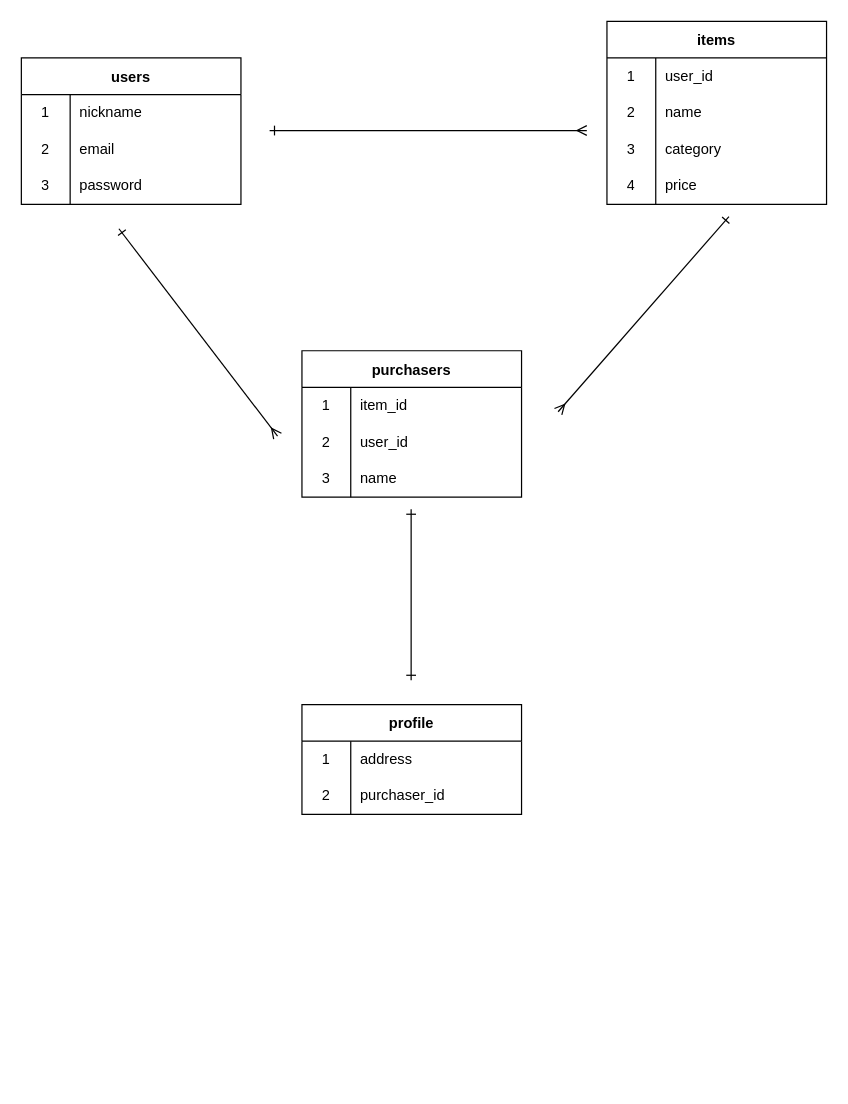
sawasawashu/furima-38849 keeps this draw.io diagram as furima.dio. Above is the earlier version. Source tidied: cells renumbered, new cells numbered last; positions are measured from the earlier drawing's top-left corner, leaving out a move shared by most shapes. Both pictures are drawn from the tidied source at 122%, with x=0, y=0 at pixel (21, 21).
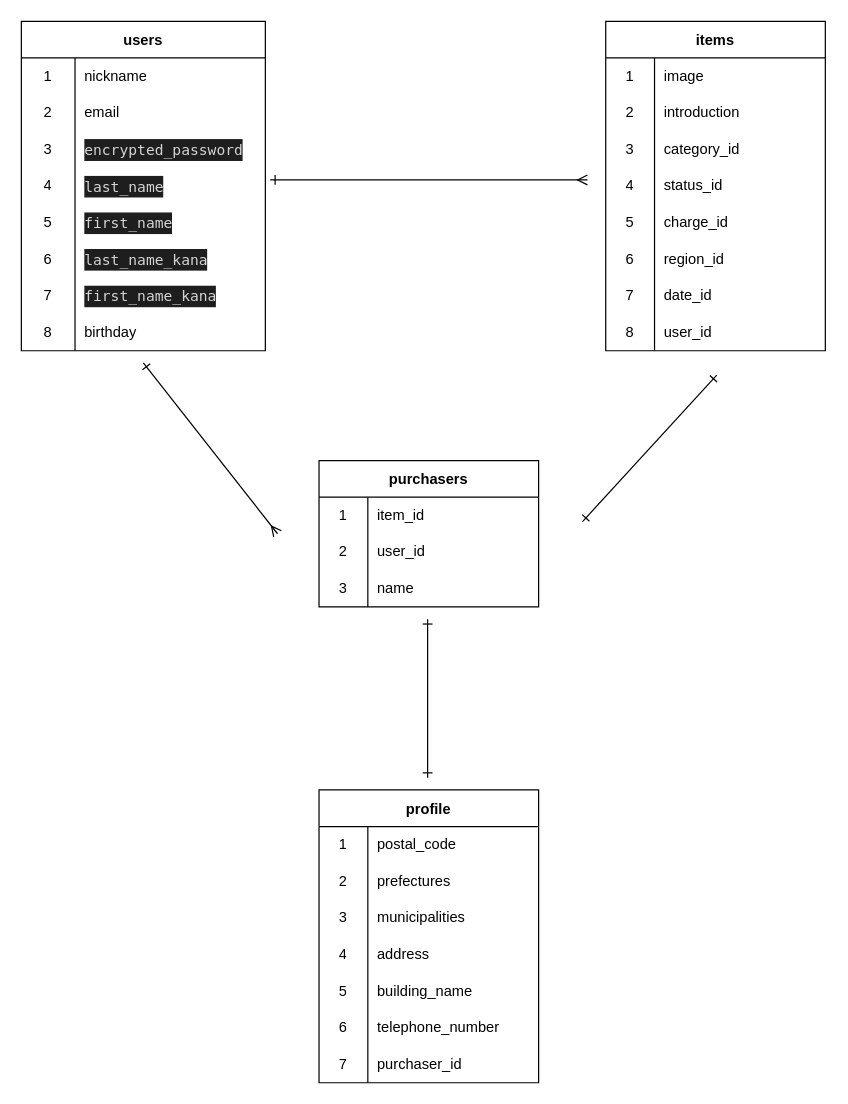
The same diagram, later.

Commit message (it also covers changes not shown here):
issue3データベース設計修正

The change refers to these unchanged cells:
```xml
<mxCell id="13" style="shape=tableRow;horizontal=0;startSize=0;swimlaneHead=0;swimlaneBody=0;top=0;left=0;bottom=0;right=0;fillColor=none;" parent="12" vertex="1">
  <mxGeometry y="30" width="180" height="30" as="geometry" />
</mxCell>
<mxCell id="39" style="shape=tableRow;horizontal=0;startSize=0;swimlaneHead=0;swimlaneBody=0;top=0;left=0;bottom=0;right=0;fillColor=none;" parent="38" vertex="1">
  <mxGeometry y="30" width="180" height="30" as="geometry" />
</mxCell>
<mxCell id="42" style="shape=tableRow;horizontal=0;startSize=0;swimlaneHead=0;swimlaneBody=0;top=0;left=0;bottom=0;right=0;fillColor=none;" parent="38" vertex="1">
  <mxGeometry y="60" width="180" height="30" as="geometry" />
</mxCell>
```

Diff of the diagram source:
```diff
@@
     <mxCell id="2" value="users" style="shape=table;startSize=30;childLayout=tableLayout;rowLines=0;fontStyle=1;" parent="1" vertex="1">
-      <mxGeometry y="30" width="180" height="120" as="geometry" />
+      <mxGeometry width="200" height="270" as="geometry" />
     </mxCell>
     <mxCell id="3" style="shape=tableRow;horizontal=0;startSize=0;swimlaneHead=0;swimlaneBody=0;top=0;left=0;bottom=0;right=0;fillColor=none;" parent="2" vertex="1">
-      <mxGeometry y="30" width="180" height="30" as="geometry" />
+      <mxGeometry y="30" width="200" height="30" as="geometry" />
     </mxCell>
     <mxCell id="4" value="1" style="shape=partialRectangle;html=1;whiteSpace=wrap;fillColor=none;top=0;left=0;bottom=0;right=0;overflow=hidden;" parent="3" vertex="1">
-      <mxGeometry width="40" height="30" as="geometry" />
+      <mxGeometry width="44" height="30" as="geometry" />
     </mxCell>
     <mxCell id="5" value="nickname" style="shape=partialRectangle;html=1;whiteSpace=wrap;fillColor=none;top=0;left=0;bottom=0;right=0;align=left;spacingLeft=6;overflow=hidden;" parent="3" vertex="1">
-      <mxGeometry x="40" width="140" height="30" as="geometry" />
+      <mxGeometry x="44" width="156" height="30" as="geometry" />
     </mxCell>
     <mxCell id="6" style="shape=tableRow;horizontal=0;startSize=0;swimlaneHead=0;swimlaneBody=0;top=0;left=0;bottom=0;right=0;fillColor=none;" parent="2" vertex="1">
-      <mxGeometry y="60" width="180" height="30" as="geometry" />
+      <mxGeometry y="60" width="200" height="30" as="geometry" />
     </mxCell>
     <mxCell id="7" value="2" style="shape=partialRectangle;html=1;whiteSpace=wrap;fillColor=none;top=0;left=0;bottom=0;right=0;overflow=hidden;" parent="6" vertex="1">
-      <mxGeometry width="40" height="30" as="geometry" />
+      <mxGeometry width="44" height="30" as="geometry" />
     </mxCell>
     <mxCell id="8" value="email" style="shape=partialRectangle;html=1;whiteSpace=wrap;fillColor=none;top=0;left=0;bottom=0;right=0;align=left;spacingLeft=6;overflow=hidden;" parent="6" vertex="1">
-      <mxGeometry x="40" width="140" height="30" as="geometry" />
+      <mxGeometry x="44" width="156" height="30" as="geometry" />
     </mxCell>
     <mxCell id="9" style="shape=tableRow;horizontal=0;startSize=0;swimlaneHead=0;swimlaneBody=0;top=0;left=0;bottom=0;right=0;fillColor=none;" parent="2" vertex="1">
-      <mxGeometry y="90" width="180" height="30" as="geometry" />
+      <mxGeometry y="90" width="200" height="30" as="geometry" />
     </mxCell>
     <mxCell id="10" value="3" style="shape=partialRectangle;html=1;whiteSpace=wrap;fillColor=none;top=0;left=0;bottom=0;right=0;overflow=hidden;" parent="9" vertex="1">
-      <mxGeometry width="40" height="30" as="geometry" />
+      <mxGeometry width="44" height="30" as="geometry" />
     </mxCell>
-    <mxCell id="11" value="password" style="shape=partialRectangle;html=1;whiteSpace=wrap;fillColor=none;top=0;left=0;bottom=0;right=0;align=left;spacingLeft=6;overflow=hidden;" parent="9" vertex="1">
-      <mxGeometry x="40" width="140" height="30" as="geometry" />
+    <mxCell id="11" value="&lt;div style=&quot;color: rgb(212, 212, 212); background-color: rgb(30, 30, 30); font-family: Menlo, Monaco, &amp;quot;Courier New&amp;quot;, monospace; line-height: 18px;&quot;&gt; encrypted_password&lt;/div&gt;" style="shape=partialRectangle;html=1;whiteSpace=wrap;fillColor=none;top=0;left=0;bottom=0;right=0;align=left;spacingLeft=6;overflow=hidden;" parent="9" vertex="1">
+      <mxGeometry x="44" width="156" height="30" as="geometry" />
     </mxCell>
+    <mxCell id="46" style="shape=tableRow;horizontal=0;startSize=0;swimlaneHead=0;swimlaneBody=0;top=0;left=0;bottom=0;right=0;fillColor=none;" parent="2" vertex="1">
+      <mxGeometry y="120" width="200" height="30" as="geometry" />
+    </mxCell>
+    <mxCell id="47" value="4" style="shape=partialRectangle;html=1;whiteSpace=wrap;fillColor=none;top=0;left=0;bottom=0;right=0;overflow=hidden;" parent="46" vertex="1">
+      <mxGeometry width="44" height="30" as="geometry" />
+    </mxCell>
+    <mxCell id="48" value="&lt;div style=&quot;color: rgb(212, 212, 212); background-color: rgb(30, 30, 30); font-family: Menlo, Monaco, &amp;quot;Courier New&amp;quot;, monospace; line-height: 18px;&quot;&gt;last_name&lt;/div&gt;" style="shape=partialRectangle;html=1;whiteSpace=wrap;fillColor=none;top=0;left=0;bottom=0;right=0;align=left;spacingLeft=6;overflow=hidden;" parent="46" vertex="1">
+      <mxGeometry x="44" width="156" height="30" as="geometry" />
+    </mxCell>
+    <mxCell id="49" style="shape=tableRow;horizontal=0;startSize=0;swimlaneHead=0;swimlaneBody=0;top=0;left=0;bottom=0;right=0;fillColor=none;" parent="2" vertex="1">
+      <mxGeometry y="150" width="200" height="30" as="geometry" />
+    </mxCell>
+    <mxCell id="50" value="5" style="shape=partialRectangle;html=1;whiteSpace=wrap;fillColor=none;top=0;left=0;bottom=0;right=0;overflow=hidden;" parent="49" vertex="1">
+      <mxGeometry width="44" height="30" as="geometry" />
+    </mxCell>
+    <mxCell id="51" value="&lt;div style=&quot;color: rgb(212, 212, 212); background-color: rgb(30, 30, 30); font-family: Menlo, Monaco, &amp;quot;Courier New&amp;quot;, monospace; line-height: 18px;&quot;&gt; first_name&lt;/div&gt;" style="shape=partialRectangle;html=1;whiteSpace=wrap;fillColor=none;top=0;left=0;bottom=0;right=0;align=left;spacingLeft=6;overflow=hidden;" parent="49" vertex="1">
+      <mxGeometry x="44" width="156" height="30" as="geometry" />
+    </mxCell>
+    <mxCell id="52" style="shape=tableRow;horizontal=0;startSize=0;swimlaneHead=0;swimlaneBody=0;top=0;left=0;bottom=0;right=0;fillColor=none;" parent="2" vertex="1">
+      <mxGeometry y="180" width="200" height="30" as="geometry" />
+    </mxCell>
+    <mxCell id="53" value="6" style="shape=partialRectangle;html=1;whiteSpace=wrap;fillColor=none;top=0;left=0;bottom=0;right=0;overflow=hidden;" parent="52" vertex="1">
+      <mxGeometry width="44" height="30" as="geometry" />
+    </mxCell>
+    <mxCell id="54" value="&lt;div style=&quot;color: rgb(212, 212, 212); background-color: rgb(30, 30, 30); font-family: Menlo, Monaco, &amp;quot;Courier New&amp;quot;, monospace; line-height: 18px;&quot;&gt;last_name_kana&lt;/div&gt;" style="shape=partialRectangle;html=1;whiteSpace=wrap;fillColor=none;top=0;left=0;bottom=0;right=0;align=left;spacingLeft=6;overflow=hidden;" parent="52" vertex="1">
+      <mxGeometry x="44" width="156" height="30" as="geometry" />
+    </mxCell>
+    <mxCell id="55" style="shape=tableRow;horizontal=0;startSize=0;swimlaneHead=0;swimlaneBody=0;top=0;left=0;bottom=0;right=0;fillColor=none;" parent="2" vertex="1">
+      <mxGeometry y="210" width="200" height="30" as="geometry" />
+    </mxCell>
+    <mxCell id="56" value="7" style="shape=partialRectangle;html=1;whiteSpace=wrap;fillColor=none;top=0;left=0;bottom=0;right=0;overflow=hidden;" parent="55" vertex="1">
+      <mxGeometry width="44" height="30" as="geometry" />
+    </mxCell>
+    <mxCell id="57" value="&lt;div style=&quot;color: rgb(212, 212, 212); background-color: rgb(30, 30, 30); font-family: Menlo, Monaco, &amp;quot;Courier New&amp;quot;, monospace; line-height: 18px;&quot;&gt; first_name_kana&lt;/div&gt;" style="shape=partialRectangle;html=1;whiteSpace=wrap;fillColor=none;top=0;left=0;bottom=0;right=0;align=left;spacingLeft=6;overflow=hidden;" parent="55" vertex="1">
+      <mxGeometry x="44" width="156" height="30" as="geometry" />
+    </mxCell>
+    <mxCell id="58" style="shape=tableRow;horizontal=0;startSize=0;swimlaneHead=0;swimlaneBody=0;top=0;left=0;bottom=0;right=0;fillColor=none;" parent="2" vertex="1">
+      <mxGeometry y="240" width="200" height="30" as="geometry" />
+    </mxCell>
+    <mxCell id="59" value="8" style="shape=partialRectangle;html=1;whiteSpace=wrap;fillColor=none;top=0;left=0;bottom=0;right=0;overflow=hidden;" parent="58" vertex="1">
+      <mxGeometry width="44" height="30" as="geometry" />
+    </mxCell>
+    <mxCell id="60" value="birthday" style="shape=partialRectangle;html=1;whiteSpace=wrap;fillColor=none;top=0;left=0;bottom=0;right=0;align=left;spacingLeft=6;overflow=hidden;" parent="58" vertex="1">
+      <mxGeometry x="44" width="156" height="30" as="geometry" />
+    </mxCell>
     <mxCell id="12" value="items" style="shape=table;startSize=30;childLayout=tableLayout;rowLines=0;fontStyle=1;" parent="1" vertex="1">
-      <mxGeometry x="480" width="180" height="150" as="geometry" />
+      <mxGeometry x="479" width="180" height="270" as="geometry" />
     </mxCell>
@@
-    <mxCell id="15" value="user_id" style="shape=partialRectangle;html=1;whiteSpace=wrap;fillColor=none;top=0;left=0;bottom=0;right=0;align=left;spacingLeft=6;overflow=hidden;" parent="13" vertex="1">
+    <mxCell id="15" value="image" style="shape=partialRectangle;html=1;whiteSpace=wrap;fillColor=none;top=0;left=0;bottom=0;right=0;align=left;spacingLeft=6;overflow=hidden;" parent="13" vertex="1">
       <mxGeometry x="40" width="140" height="30" as="geometry" />
     </mxCell>
-    <mxCell id="16" style="shape=tableRow;horizontal=0;startSize=0;swimlaneHead=0;swimlaneBody=0;top=0;left=0;bottom=0;right=0;fillColor=none;" parent="12" vertex="1">
-      <mxGeometry y="60" width="180" height="30" as="geometry" />
-    </mxCell>
-    <mxCell id="17" value="2" style="shape=partialRectangle;html=1;whiteSpace=wrap;fillColor=none;top=0;left=0;bottom=0;right=0;overflow=hidden;" parent="16" vertex="1">
-      <mxGeometry width="40" height="30" as="geometry" />
-    </mxCell>
-    <mxCell id="18" value="name" style="shape=partialRectangle;html=1;whiteSpace=wrap;fillColor=none;top=0;left=0;bottom=0;right=0;align=left;spacingLeft=6;overflow=hidden;" parent="16" vertex="1">
-      <mxGeometry x="40" width="140" height="30" as="geometry" />
-    </mxCell>
     <mxCell id="19" style="shape=tableRow;horizontal=0;startSize=0;swimlaneHead=0;swimlaneBody=0;top=0;left=0;bottom=0;right=0;fillColor=none;" parent="12" vertex="1">
-      <mxGeometry y="90" width="180" height="30" as="geometry" />
+      <mxGeometry y="60" width="180" height="30" as="geometry" />
     </mxCell>
-    <mxCell id="20" value="3" style="shape=partialRectangle;html=1;whiteSpace=wrap;fillColor=none;top=0;left=0;bottom=0;right=0;overflow=hidden;" parent="19" vertex="1">
+    <mxCell id="20" value="2" style="shape=partialRectangle;html=1;whiteSpace=wrap;fillColor=none;top=0;left=0;bottom=0;right=0;overflow=hidden;" parent="19" vertex="1">
       <mxGeometry width="40" height="30" as="geometry" />
     </mxCell>
-    <mxCell id="21" value="category" style="shape=partialRectangle;html=1;whiteSpace=wrap;fillColor=none;top=0;left=0;bottom=0;right=0;align=left;spacingLeft=6;overflow=hidden;" parent="19" vertex="1">
+    <mxCell id="21" value="introduction" style="shape=partialRectangle;html=1;whiteSpace=wrap;fillColor=none;top=0;left=0;bottom=0;right=0;align=left;spacingLeft=6;overflow=hidden;" parent="19" vertex="1">
       <mxGeometry x="40" width="140" height="30" as="geometry" />
     </mxCell>
     <mxCell id="22" style="shape=tableRow;horizontal=0;startSize=0;swimlaneHead=0;swimlaneBody=0;top=0;left=0;bottom=0;right=0;fillColor=none;" parent="12" vertex="1">
-      <mxGeometry y="120" width="180" height="30" as="geometry" />
+      <mxGeometry y="90" width="180" height="30" as="geometry" />
     </mxCell>
-    <mxCell id="23" value="4" style="shape=partialRectangle;html=1;whiteSpace=wrap;fillColor=none;top=0;left=0;bottom=0;right=0;overflow=hidden;" parent="22" vertex="1">
+    <mxCell id="23" value="3" style="shape=partialRectangle;html=1;whiteSpace=wrap;fillColor=none;top=0;left=0;bottom=0;right=0;overflow=hidden;" parent="22" vertex="1">
       <mxGeometry width="40" height="30" as="geometry" />
     </mxCell>
-    <mxCell id="24" value="price" style="shape=partialRectangle;html=1;whiteSpace=wrap;fillColor=none;top=0;left=0;bottom=0;right=0;align=left;spacingLeft=6;overflow=hidden;" parent="22" vertex="1">
+    <mxCell id="24" value="category_id" style="shape=partialRectangle;html=1;whiteSpace=wrap;fillColor=none;top=0;left=0;bottom=0;right=0;align=left;spacingLeft=6;overflow=hidden;" parent="22" vertex="1">
       <mxGeometry x="40" width="140" height="30" as="geometry" />
     </mxCell>
+    <mxCell id="61" style="shape=tableRow;horizontal=0;startSize=0;swimlaneHead=0;swimlaneBody=0;top=0;left=0;bottom=0;right=0;fillColor=none;" parent="12" vertex="1">
+      <mxGeometry y="120" width="180" height="30" as="geometry" />
+    </mxCell>
+    <mxCell id="62" value="4" style="shape=partialRectangle;html=1;whiteSpace=wrap;fillColor=none;top=0;left=0;bottom=0;right=0;overflow=hidden;" parent="61" vertex="1">
+      <mxGeometry width="40" height="30" as="geometry" />
+    </mxCell>
+    <mxCell id="63" value="status_id" style="shape=partialRectangle;html=1;whiteSpace=wrap;fillColor=none;top=0;left=0;bottom=0;right=0;align=left;spacingLeft=6;overflow=hidden;" parent="61" vertex="1">
+      <mxGeometry x="40" width="140" height="30" as="geometry" />
+    </mxCell>
+    <mxCell id="64" style="shape=tableRow;horizontal=0;startSize=0;swimlaneHead=0;swimlaneBody=0;top=0;left=0;bottom=0;right=0;fillColor=none;" parent="12" vertex="1">
+      <mxGeometry y="150" width="180" height="30" as="geometry" />
+    </mxCell>
+    <mxCell id="65" value="5" style="shape=partialRectangle;html=1;whiteSpace=wrap;fillColor=none;top=0;left=0;bottom=0;right=0;overflow=hidden;" parent="64" vertex="1">
+      <mxGeometry width="40" height="30" as="geometry" />
+    </mxCell>
+    <mxCell id="66" value="charge_id" style="shape=partialRectangle;html=1;whiteSpace=wrap;fillColor=none;top=0;left=0;bottom=0;right=0;align=left;spacingLeft=6;overflow=hidden;" parent="64" vertex="1">
+      <mxGeometry x="40" width="140" height="30" as="geometry" />
+    </mxCell>
+    <mxCell id="67" style="shape=tableRow;horizontal=0;startSize=0;swimlaneHead=0;swimlaneBody=0;top=0;left=0;bottom=0;right=0;fillColor=none;" parent="12" vertex="1">
+      <mxGeometry y="180" width="180" height="30" as="geometry" />
+    </mxCell>
+    <mxCell id="68" value="6" style="shape=partialRectangle;html=1;whiteSpace=wrap;fillColor=none;top=0;left=0;bottom=0;right=0;overflow=hidden;" parent="67" vertex="1">
+      <mxGeometry width="40" height="30" as="geometry" />
+    </mxCell>
+    <mxCell id="69" value="region_id" style="shape=partialRectangle;html=1;whiteSpace=wrap;fillColor=none;top=0;left=0;bottom=0;right=0;align=left;spacingLeft=6;overflow=hidden;" parent="67" vertex="1">
+      <mxGeometry x="40" width="140" height="30" as="geometry" />
+    </mxCell>
+    <mxCell id="70" style="shape=tableRow;horizontal=0;startSize=0;swimlaneHead=0;swimlaneBody=0;top=0;left=0;bottom=0;right=0;fillColor=none;" parent="12" vertex="1">
+      <mxGeometry y="210" width="180" height="30" as="geometry" />
+    </mxCell>
+    <mxCell id="71" value="7" style="shape=partialRectangle;html=1;whiteSpace=wrap;fillColor=none;top=0;left=0;bottom=0;right=0;overflow=hidden;" parent="70" vertex="1">
+      <mxGeometry width="40" height="30" as="geometry" />
+    </mxCell>
+    <mxCell id="72" value="date_id" style="shape=partialRectangle;html=1;whiteSpace=wrap;fillColor=none;top=0;left=0;bottom=0;right=0;align=left;spacingLeft=6;overflow=hidden;" parent="70" vertex="1">
+      <mxGeometry x="40" width="140" height="30" as="geometry" />
+    </mxCell>
+    <mxCell id="73" style="shape=tableRow;horizontal=0;startSize=0;swimlaneHead=0;swimlaneBody=0;top=0;left=0;bottom=0;right=0;fillColor=none;" parent="12" vertex="1">
+      <mxGeometry y="240" width="180" height="30" as="geometry" />
+    </mxCell>
+    <mxCell id="74" value="8" style="shape=partialRectangle;html=1;whiteSpace=wrap;fillColor=none;top=0;left=0;bottom=0;right=0;overflow=hidden;" parent="73" vertex="1">
+      <mxGeometry width="40" height="30" as="geometry" />
+    </mxCell>
+    <mxCell id="75" value="user_id" style="shape=partialRectangle;html=1;whiteSpace=wrap;fillColor=none;top=0;left=0;bottom=0;right=0;align=left;spacingLeft=6;overflow=hidden;" parent="73" vertex="1">
+      <mxGeometry x="40" width="140" height="30" as="geometry" />
+    </mxCell>
     <mxCell id="25" style="endArrow=ERmany;html=1;startArrow=ERone;startFill=0;endFill=0;" parent="1" edge="1">
       <mxGeometry relative="1" as="geometry">
-        <mxPoint x="203.5" y="89.5" as="sourcePoint" />
-        <mxPoint x="463.5" y="89.5" as="targetPoint" />
+        <mxPoint x="204" y="130" as="sourcePoint" />
+        <mxPoint x="464" y="130" as="targetPoint" />
       </mxGeometry>
     </mxCell>
     <mxCell id="26" value="purchasers" style="shape=table;startSize=30;childLayout=tableLayout;rowLines=0;fontStyle=1;" parent="1" vertex="1">
-      <mxGeometry x="230" y="270" width="180" height="120" as="geometry" />
+      <mxGeometry x="244" y="360" width="180" height="120" as="geometry" />
     </mxCell>
@@
-    <mxCell id="36" style="endArrow=ERone;html=1;startArrow=ERmany;startFill=0;endFill=0;" parent="1" edge="1">
+    <mxCell id="36" style="endArrow=ERone;html=1;startArrow=ERone;startFill=0;endFill=0;" parent="1" edge="1">
       <mxGeometry relative="1" as="geometry">
-        <mxPoint x="440" y="320" as="sourcePoint" />
-        <mxPoint x="580" y="160" as="targetPoint" />
+        <mxPoint x="460" y="410" as="sourcePoint" />
+        <mxPoint x="570" y="290" as="targetPoint" />
       </mxGeometry>
     </mxCell>
     <mxCell id="37" style="endArrow=ERone;html=1;startArrow=ERone;startFill=0;endFill=0;" parent="1" edge="1">
       <mxGeometry relative="1" as="geometry">
-        <mxPoint x="319.5" y="540" as="sourcePoint" />
-        <mxPoint x="319.5" y="400" as="targetPoint" />
+        <mxPoint x="333" y="620" as="sourcePoint" />
+        <mxPoint x="333" y="490" as="targetPoint" />
         <Array as="points">
-          <mxPoint x="319.5" y="450" />
+          <mxPoint x="333" y="540" />
         </Array>
       </mxGeometry>
     </mxCell>
     <mxCell id="38" value="profile" style="shape=table;startSize=30;childLayout=tableLayout;rowLines=0;fontStyle=1;" parent="1" vertex="1">
-      <mxGeometry x="230" y="560" width="180" height="90" as="geometry" />
+      <mxGeometry x="244" y="630" width="180" height="240" as="geometry" />
     </mxCell>
@@
-    <mxCell id="41" value="address" style="shape=partialRectangle;html=1;whiteSpace=wrap;fillColor=none;top=0;left=0;bottom=0;right=0;align=left;spacingLeft=6;overflow=hidden;" parent="39" vertex="1">
+    <mxCell id="41" value="postal_code" style="shape=partialRectangle;html=1;whiteSpace=wrap;fillColor=none;top=0;left=0;bottom=0;right=0;align=left;spacingLeft=6;overflow=hidden;" parent="39" vertex="1">
       <mxGeometry x="40" width="140" height="30" as="geometry" />
     </mxCell>
@@
-    <mxCell id="44" value="purchaser_id" style="shape=partialRectangle;html=1;whiteSpace=wrap;fillColor=none;top=0;left=0;bottom=0;right=0;align=left;spacingLeft=6;overflow=hidden;" parent="42" vertex="1">
+    <mxCell id="44" value="prefectures" style="shape=partialRectangle;html=1;whiteSpace=wrap;fillColor=none;top=0;left=0;bottom=0;right=0;align=left;spacingLeft=6;overflow=hidden;" parent="42" vertex="1">
       <mxGeometry x="40" width="140" height="30" as="geometry" />
     </mxCell>
+    <mxCell id="76" style="shape=tableRow;horizontal=0;startSize=0;swimlaneHead=0;swimlaneBody=0;top=0;left=0;bottom=0;right=0;fillColor=none;" parent="38" vertex="1">
+      <mxGeometry y="90" width="180" height="30" as="geometry" />
+    </mxCell>
+    <mxCell id="77" value="3" style="shape=partialRectangle;html=1;whiteSpace=wrap;fillColor=none;top=0;left=0;bottom=0;right=0;overflow=hidden;" parent="76" vertex="1">
+      <mxGeometry width="40" height="30" as="geometry" />
+    </mxCell>
+    <mxCell id="78" value="municipalities" style="shape=partialRectangle;html=1;whiteSpace=wrap;fillColor=none;top=0;left=0;bottom=0;right=0;align=left;spacingLeft=6;overflow=hidden;" parent="76" vertex="1">
+      <mxGeometry x="40" width="140" height="30" as="geometry" />
+    </mxCell>
+    <mxCell id="79" style="shape=tableRow;horizontal=0;startSize=0;swimlaneHead=0;swimlaneBody=0;top=0;left=0;bottom=0;right=0;fillColor=none;" parent="38" vertex="1">
+      <mxGeometry y="120" width="180" height="30" as="geometry" />
+    </mxCell>
+    <mxCell id="80" value="4" style="shape=partialRectangle;html=1;whiteSpace=wrap;fillColor=none;top=0;left=0;bottom=0;right=0;overflow=hidden;" parent="79" vertex="1">
+      <mxGeometry width="40" height="30" as="geometry" />
+    </mxCell>
+    <mxCell id="81" value="address" style="shape=partialRectangle;html=1;whiteSpace=wrap;fillColor=none;top=0;left=0;bottom=0;right=0;align=left;spacingLeft=6;overflow=hidden;" parent="79" vertex="1">
+      <mxGeometry x="40" width="140" height="30" as="geometry" />
+    </mxCell>
+    <mxCell id="82" style="shape=tableRow;horizontal=0;startSize=0;swimlaneHead=0;swimlaneBody=0;top=0;left=0;bottom=0;right=0;fillColor=none;" parent="38" vertex="1">
+      <mxGeometry y="150" width="180" height="30" as="geometry" />
+    </mxCell>
+    <mxCell id="83" value="5" style="shape=partialRectangle;html=1;whiteSpace=wrap;fillColor=none;top=0;left=0;bottom=0;right=0;overflow=hidden;" parent="82" vertex="1">
+      <mxGeometry width="40" height="30" as="geometry" />
+    </mxCell>
+    <mxCell id="84" value="building_name" style="shape=partialRectangle;html=1;whiteSpace=wrap;fillColor=none;top=0;left=0;bottom=0;right=0;align=left;spacingLeft=6;overflow=hidden;" parent="82" vertex="1">
+      <mxGeometry x="40" width="140" height="30" as="geometry" />
+    </mxCell>
+    <mxCell id="85" style="shape=tableRow;horizontal=0;startSize=0;swimlaneHead=0;swimlaneBody=0;top=0;left=0;bottom=0;right=0;fillColor=none;" parent="38" vertex="1">
+      <mxGeometry y="180" width="180" height="30" as="geometry" />
+    </mxCell>
+    <mxCell id="86" value="6" style="shape=partialRectangle;html=1;whiteSpace=wrap;fillColor=none;top=0;left=0;bottom=0;right=0;overflow=hidden;" parent="85" vertex="1">
+      <mxGeometry width="40" height="30" as="geometry" />
+    </mxCell>
+    <mxCell id="87" value="telephone_number" style="shape=partialRectangle;html=1;whiteSpace=wrap;fillColor=none;top=0;left=0;bottom=0;right=0;align=left;spacingLeft=6;overflow=hidden;" parent="85" vertex="1">
+      <mxGeometry x="40" width="140" height="30" as="geometry" />
+    </mxCell>
+    <mxCell id="88" style="shape=tableRow;horizontal=0;startSize=0;swimlaneHead=0;swimlaneBody=0;top=0;left=0;bottom=0;right=0;fillColor=none;" parent="38" vertex="1">
+      <mxGeometry y="210" width="180" height="30" as="geometry" />
+    </mxCell>
+    <mxCell id="89" value="7" style="shape=partialRectangle;html=1;whiteSpace=wrap;fillColor=none;top=0;left=0;bottom=0;right=0;overflow=hidden;" parent="88" vertex="1">
+      <mxGeometry width="40" height="30" as="geometry" />
+    </mxCell>
+    <mxCell id="90" value="purchaser_id" style="shape=partialRectangle;html=1;whiteSpace=wrap;fillColor=none;top=0;left=0;bottom=0;right=0;align=left;spacingLeft=6;overflow=hidden;" parent="88" vertex="1">
+      <mxGeometry x="40" width="140" height="30" as="geometry" />
+    </mxCell>
     <mxCell id="45" style="endArrow=ERmany;html=1;startArrow=ERone;startFill=0;endFill=0;" parent="1" edge="1">
       <mxGeometry relative="1" as="geometry">
-        <mxPoint x="80" y="170" as="sourcePoint" />
-        <mxPoint x="210" y="340" as="targetPoint" />
+        <mxPoint x="100" y="280" as="sourcePoint" />
+        <mxPoint x="210" y="420" as="targetPoint" />
       </mxGeometry>
     </mxCell>
```
